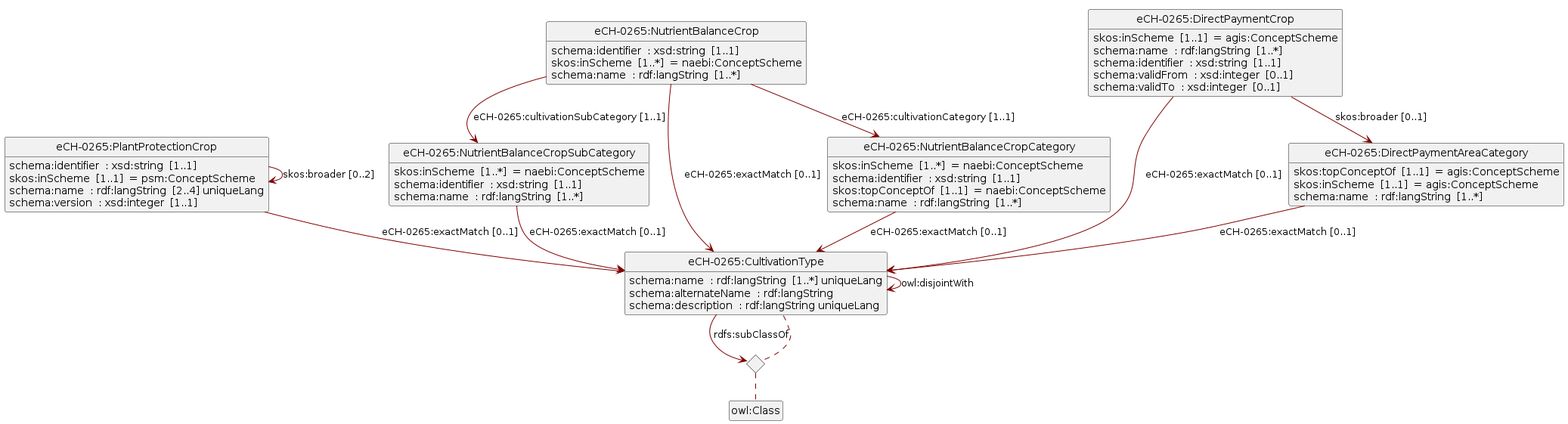
This is assets/img/uml.png from blw-ofag-ufag/eCH-0265, a PlantUML export, as it was before one commit.
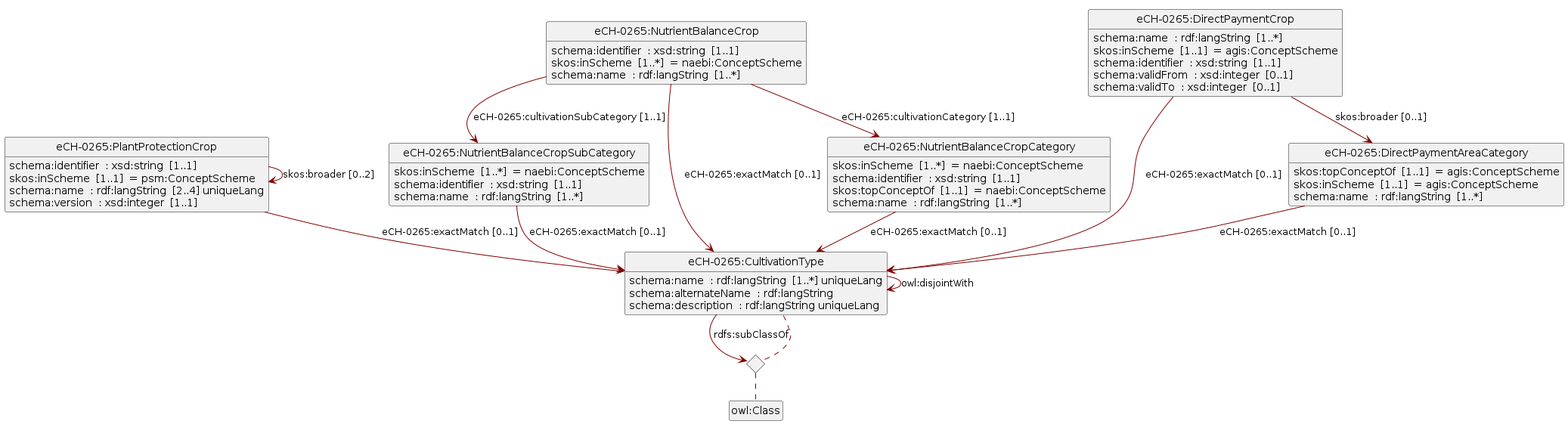
After the change.

Change to the diagram source:
```diff
@@ -34,8 +34,8 @@
 "eCH-0265:NutrientBalanceCrop" --> "eCH-0265:NutrientBalanceCropCategory" : eCH-0265:cultivationCategory<U+00A0>[1..1]
 "eCH-0265:NutrientBalanceCrop" --> "eCH-0265:CultivationType" : eCH-0265:exactMatch<U+00A0>[0..1]
 Class "eCH-0265:DirectPaymentCrop"
+"eCH-0265:DirectPaymentCrop" : schema:name  : rdf:langString  [1..*]
 "eCH-0265:DirectPaymentCrop" : skos:inScheme  [1..1]  = agis:ConceptScheme
-"eCH-0265:DirectPaymentCrop" : schema:name  : rdf:langString  [1..*]
 "eCH-0265:DirectPaymentCrop" : schema:identifier  : xsd:string  [1..1]
 "eCH-0265:DirectPaymentCrop" : schema:validFrom  : xsd:integer  [0..1]
 "eCH-0265:DirectPaymentCrop" : schema:validTo  : xsd:integer  [0..1]
@@ -45,10 +45,10 @@
 "eCH-0265:CultivationType" : schema:name  : rdf:langString  [1..*] uniqueLang
 "eCH-0265:CultivationType" : schema:alternateName  : rdf:langString
 "eCH-0265:CultivationType" : schema:description  : rdf:langString uniqueLang
-<> diamond_CultivationType_a7124196ae7e6c0b72cac82233f9dc98
-"eCH-0265:CultivationType" --> "diamond_CultivationType_a7124196ae7e6c0b72cac82233f9dc98" : rdfs:subClassOf
-diamond_CultivationType_a7124196ae7e6c0b72cac82233f9dc98 ..  "eCH-0265:CultivationType"
-diamond_CultivationType_a7124196ae7e6c0b72cac82233f9dc98 ..  "owl:Class"
+<> diamond_CultivationType_754c2f2836feccf524c94639193ec00a
+"eCH-0265:CultivationType" --> "diamond_CultivationType_754c2f2836feccf524c94639193ec00a" : rdfs:subClassOf
+diamond_CultivationType_754c2f2836feccf524c94639193ec00a ..  "eCH-0265:CultivationType"
+diamond_CultivationType_754c2f2836feccf524c94639193ec00a ..  "owl:Class"
 "eCH-0265:CultivationType" --> "eCH-0265:CultivationType" : owl:disjointWith
 Class "eCH-0265:DirectPaymentAreaCategory"
 "eCH-0265:DirectPaymentAreaCategory" : skos:topConceptOf  [1..1]  = agis:ConceptScheme
```
